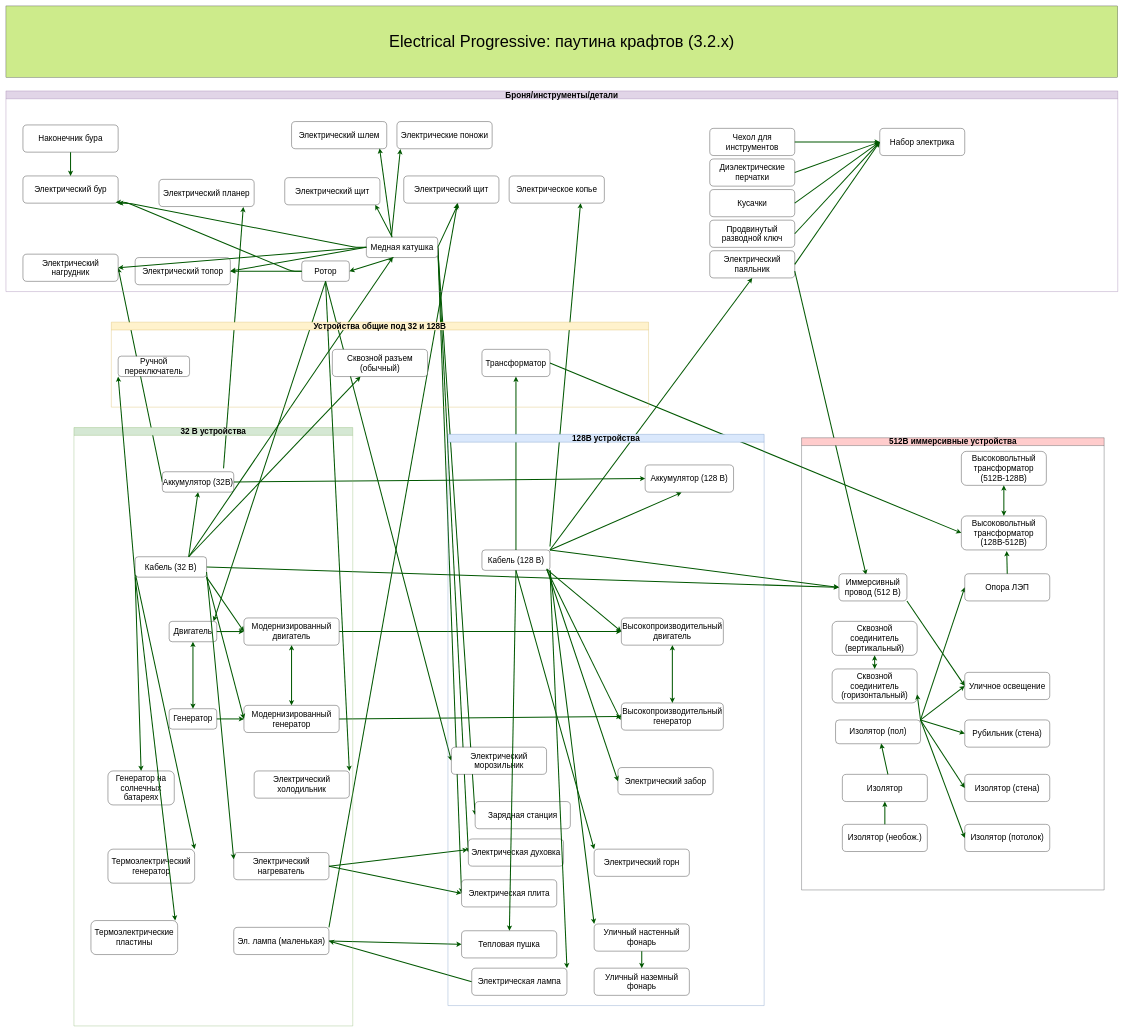
Earlier version of the draw.io diagram craft web RU 3.2.drawio (tehtelev/ElectricalProgressive). Source tidied: cells renumbered, new cells numbered last; positions are measured from the earlier drawing's top-left corner, leaving out a move shared by most shapes. Both pictures are drawn from the tidied source at 34%, with x=0, y=0 at pixel (6, 6).
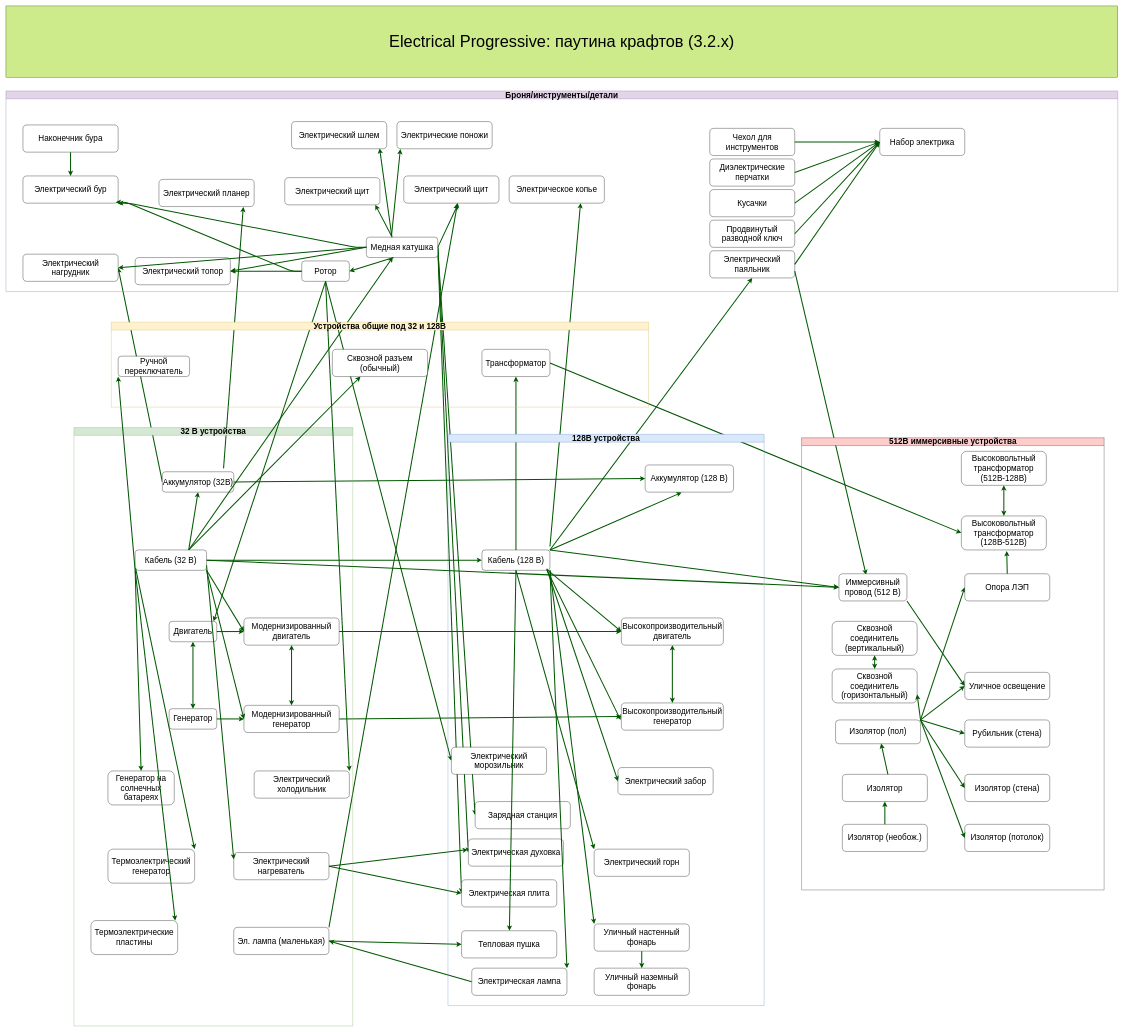
The same diagram, later.

Unchanged cells that the change refers to:
```xml
<mxCell id="58" value="&lt;font style=&quot;font-size: 24px;&quot;&gt;32 В устройства&lt;/font&gt;" style="swimlane;whiteSpace=wrap;html=1;fillColor=#d5e8d4;strokeColor=#82b366;" parent="1" vertex="1">
  <mxGeometry x="200" y="1240" width="820" height="1760" as="geometry" />
</mxCell>
<mxCell id="89" value="&lt;font style=&quot;font-size: 24px;&quot;&gt;Кабель (128 В)&lt;/font&gt;" style="rounded=1;whiteSpace=wrap;html=1;" parent="87" vertex="1">
  <mxGeometry x="100" y="340" width="200" height="60" as="geometry" />
</mxCell>
```

Change to the diagram source:
```diff
@@
     <mxCell id="60" value="&lt;font style=&quot;font-size: 24px;&quot;&gt;Кабель (32 В)&lt;/font&gt;" style="rounded=1;whiteSpace=wrap;html=1;" parent="58" vertex="1">
-      <mxGeometry x="180" y="380" width="210" height="60" as="geometry" />
+      <mxGeometry x="180" y="360" width="210" height="60" as="geometry" />
     </mxCell>
@@
+    <mxCell id="143" style="endArrow=classic;html=1;rounded=1;exitX=1;exitY=0.5;exitDx=0;exitDy=0;entryX=0;entryY=0.5;entryDx=0;entryDy=0;strokeWidth=3;fillColor=#008a00;strokeColor=#005700;curved=0;" parent="1" edge="1" source="60" target="89">
+      <mxGeometry relative="1" as="geometry" />
+    </mxCell>
```
